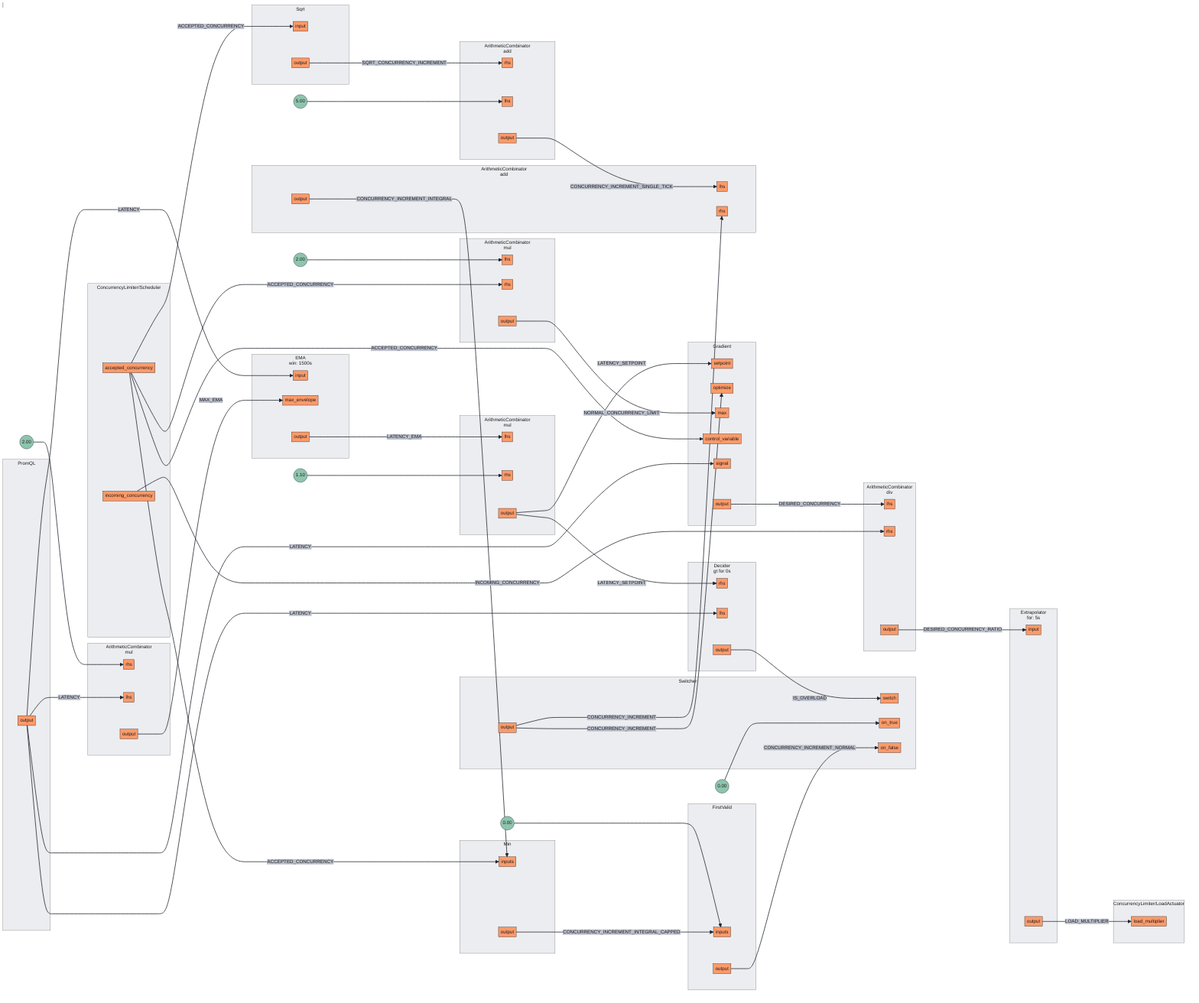
This is docs/content/tutorials/flow-control/assets/workload-prioritization/workload-prioritization.mmd.png from fluxninja/aperture, a Mermaid export, as it was before one commit. Its source is kept beside it as docs/content/tutorials/flow-control/assets/workload-prioritization/workload-prioritization.mmd. Source of this version:
```mermaid
flowchart LR
subgraph 0[<center>ArithmeticCombinator<br/>mul</center>]
subgraph 0_inports[ ]
style 0_inports fill:none,stroke:none
0rhs[rhs]
0lhs[lhs]
end
subgraph 0_outports[ ]
style 0_outports fill:none,stroke:none
0output[output]
end
end
FakeConstant0((2.00))
FakeConstant0 --> 0rhs
subgraph 1[<center>ArithmeticCombinator<br/>mul</center>]
subgraph 1_inports[ ]
style 1_inports fill:none,stroke:none
1lhs[lhs]
1rhs[rhs]
end
subgraph 1_outports[ ]
style 1_outports fill:none,stroke:none
1output[output]
end
end
FakeConstant1((1.10))
FakeConstant1 --> 1rhs
subgraph 2[<center>ArithmeticCombinator<br/>div</center>]
subgraph 2_inports[ ]
style 2_inports fill:none,stroke:none
2lhs[lhs]
2rhs[rhs]
end
subgraph 2_outports[ ]
style 2_outports fill:none,stroke:none
2output[output]
end
end
subgraph 3[<center>ArithmeticCombinator<br/>mul</center>]
subgraph 3_inports[ ]
style 3_inports fill:none,stroke:none
3lhs[lhs]
3rhs[rhs]
end
subgraph 3_outports[ ]
style 3_outports fill:none,stroke:none
3output[output]
end
end
FakeConstant2((2.00))
FakeConstant2 --> 3lhs
subgraph 4[<center>ArithmeticCombinator<br/>add</center>]
subgraph 4_inports[ ]
style 4_inports fill:none,stroke:none
4rhs[rhs]
4lhs[lhs]
end
subgraph 4_outports[ ]
style 4_outports fill:none,stroke:none
4output[output]
end
end
FakeConstant3((5.00))
FakeConstant3 --> 4lhs
subgraph 5[<center>ArithmeticCombinator<br/>add</center>]
subgraph 5_inports[ ]
style 5_inports fill:none,stroke:none
5lhs[lhs]
5rhs[rhs]
end
subgraph 5_outports[ ]
style 5_outports fill:none,stroke:none
5output[output]
end
end
subgraph 6[Min]
subgraph 6_inports[ ]
style 6_inports fill:none,stroke:none
6inputs[inputs]
6inputs[inputs]
end
subgraph 6_outports[ ]
style 6_outports fill:none,stroke:none
6output[output]
end
end
subgraph 7[FirstValid]
subgraph 7_inports[ ]
style 7_inports fill:none,stroke:none
7inputs[inputs]
7inputs[inputs]
end
subgraph 7_outports[ ]
style 7_outports fill:none,stroke:none
7output[output]
end
end
FakeConstant4((0.00))
FakeConstant4 --> 7inputs
subgraph 8[Sqrt]
subgraph 8_inports[ ]
style 8_inports fill:none,stroke:none
8input[input]
end
subgraph 8_outports[ ]
style 8_outports fill:none,stroke:none
8output[output]
end
end
subgraph 9[PromQL]
subgraph 9_outports[ ]
style 9_outports fill:none,stroke:none
9output[output]
end
end
subgraph 10[<center>EMA<br/>win: 1500s</center>]
subgraph 10_inports[ ]
style 10_inports fill:none,stroke:none
10input[input]
10max_envelope[max_envelope]
end
subgraph 10_outports[ ]
style 10_outports fill:none,stroke:none
10output[output]
end
end
subgraph 11[Gradient]
subgraph 11_inports[ ]
style 11_inports fill:none,stroke:none
11setpoint[setpoint]
11optimize[optimize]
11max[max]
11control_variable[control_variable]
11signal[signal]
end
subgraph 11_outports[ ]
style 11_outports fill:none,stroke:none
11output[output]
end
end
subgraph 12[<center>Extrapolator<br/>for: 5s</center>]
subgraph 12_inports[ ]
style 12_inports fill:none,stroke:none
12input[input]
end
subgraph 12_outports[ ]
style 12_outports fill:none,stroke:none
12output[output]
end
end
subgraph 13.Scheduler[ConcurrencyLimiter/Scheduler]
subgraph 13.Scheduler_outports[ ]
style 13.Scheduler_outports fill:none,stroke:none
13.Scheduleraccepted_concurrency[accepted_concurrency]
13.Schedulerincoming_concurrency[incoming_concurrency]
end
end
subgraph 13.LoadActuator[ConcurrencyLimiter/LoadActuator]
subgraph 13.LoadActuator_inports[ ]
style 13.LoadActuator_inports fill:none,stroke:none
13.LoadActuatorload_multiplier[load_multiplier]
end
end
subgraph 15[Switcher]
subgraph 15_inports[ ]
style 15_inports fill:none,stroke:none
15switch[switch]
15on_true[on_true]
15on_false[on_false]
end
subgraph 15_outports[ ]
style 15_outports fill:none,stroke:none
15output[output]
end
end
FakeConstant5((0.00))
FakeConstant5 --> 15on_true
subgraph 14[<center>Decider<br/>gt for 0s</center>]
subgraph 14_inports[ ]
style 14_inports fill:none,stroke:none
14rhs[rhs]
14lhs[lhs]
end
subgraph 14_outports[ ]
style 14_outports fill:none,stroke:none
14output[output]
end
end
0output --> |MAX_EMA| 10max_envelope
2output --> |DESIRED_CONCURRENCY_RATIO| 12input
3output --> |NORMAL_CONCURRENCY_LIMIT| 11max
13.Schedulerincoming_concurrency --> |INCOMING_CONCURRENCY| 2rhs
1output --> |LATENCY_SETPOINT| 11setpoint
1output --> |LATENCY_SETPOINT| 14rhs
4output --> |CONCURRENCY_INCREMENT_SINGLE_TICK| 5lhs
10output --> |LATENCY_EMA| 1lhs
11output --> |DESIRED_CONCURRENCY| 2lhs
13.Scheduleraccepted_concurrency --> |ACCEPTED_CONCURRENCY| 3rhs
13.Scheduleraccepted_concurrency --> |ACCEPTED_CONCURRENCY| 6inputs
13.Scheduleraccepted_concurrency --> |ACCEPTED_CONCURRENCY| 8input
13.Scheduleraccepted_concurrency --> |ACCEPTED_CONCURRENCY| 11control_variable
14output --> |IS_OVERLOAD| 15switch
5output --> |CONCURRENCY_INCREMENT_INTEGRAL| 6inputs
6output --> |CONCURRENCY_INCREMENT_INTEGRAL_CAPPED| 7inputs
9output --> |LATENCY| 0lhs
9output --> |LATENCY| 10input
9output --> |LATENCY| 11signal
9output --> |LATENCY| 14lhs
12output --> |LOAD_MULTIPLIER| 13.LoadActuatorload_multiplier
15output --> |CONCURRENCY_INCREMENT| 5rhs
15output --> |CONCURRENCY_INCREMENT| 11optimize
7output --> |CONCURRENCY_INCREMENT_NORMAL| 15on_false
8output --> |SQRT_CONCURRENCY_INCREMENT| 4rhs
```
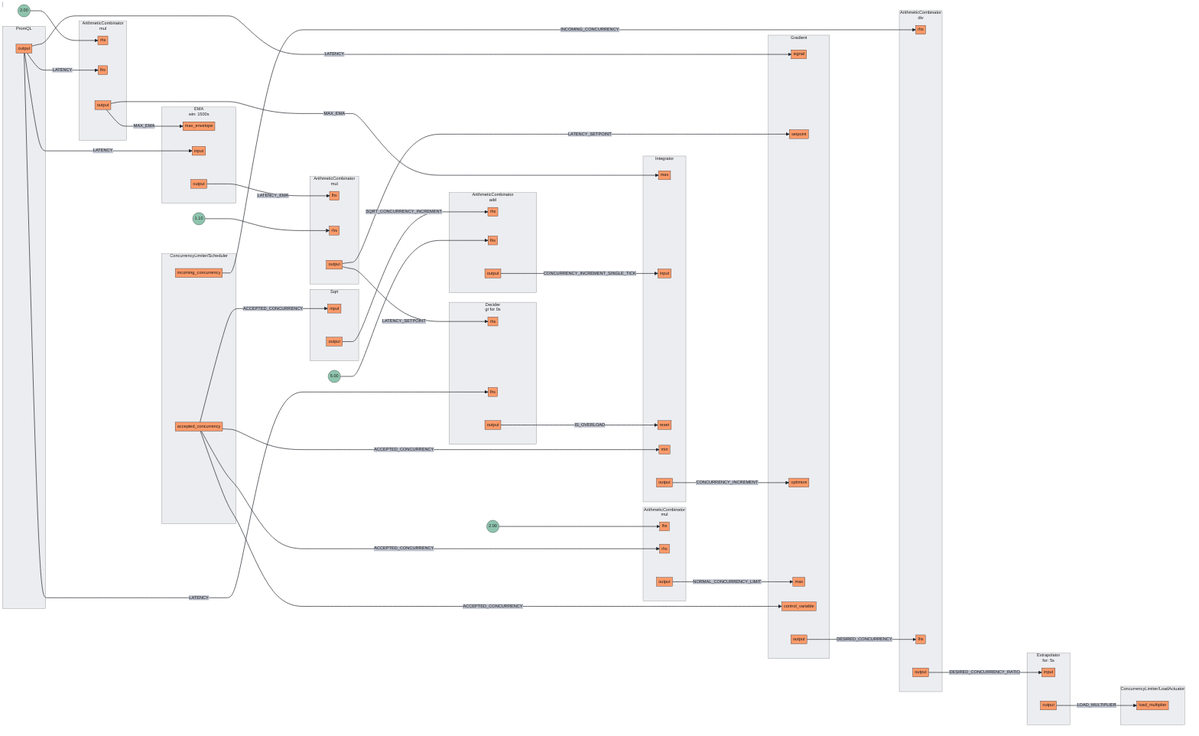
The same diagram one commit later.

The edit, as a diff of the source:
```diff
@@ -28,8 +28,8 @@
 subgraph 2[<center>ArithmeticCombinator<br/>div</center>]
 subgraph 2_inports[ ]
 style 2_inports fill:none,stroke:none
+2rhs[rhs]
 2lhs[lhs]
-2rhs[rhs]
 end
 subgraph 2_outports[ ]
 style 2_outports fill:none,stroke:none
@@ -62,44 +62,39 @@
 end
 FakeConstant3((5.00))
 FakeConstant3 --> 4lhs
-subgraph 5[<center>ArithmeticCombinator<br/>add</center>]
+subgraph 5[Integrator]
 subgraph 5_inports[ ]
 style 5_inports fill:none,stroke:none
-5lhs[lhs]
-5rhs[rhs]
+5max[max]
+5input[input]
+5reset[reset]
+5min[min]
 end
 subgraph 5_outports[ ]
 style 5_outports fill:none,stroke:none
 5output[output]
 end
 end
-subgraph 6[Min]
+subgraph 6[Sqrt]
 subgraph 6_inports[ ]
 style 6_inports fill:none,stroke:none
-6inputs[inputs]
-6inputs[inputs]
+6input[input]
 end
 subgraph 6_outports[ ]
 style 6_outports fill:none,stroke:none
 6output[output]
 end
 end
-subgraph 7[FirstValid]
-subgraph 7_inports[ ]
-style 7_inports fill:none,stroke:none
-7inputs[inputs]
-7inputs[inputs]
-end
+subgraph 7[PromQL]
 subgraph 7_outports[ ]
 style 7_outports fill:none,stroke:none
 7output[output]
 end
 end
-FakeConstant4((0.00))
-FakeConstant4 --> 7inputs
-subgraph 8[Sqrt]
+subgraph 8[<center>EMA<br/>win: 1500s</center>]
 subgraph 8_inports[ ]
 style 8_inports fill:none,stroke:none
+8max_envelope[max_envelope]
 8input[input]
 end
 subgraph 8_outports[ ]
@@ -107,107 +102,73 @@
 8output[output]
 end
 end
-subgraph 9[PromQL]
+subgraph 9[Gradient]
+subgraph 9_inports[ ]
+style 9_inports fill:none,stroke:none
+9signal[signal]
+9setpoint[setpoint]
+9optimize[optimize]
+9max[max]
+9control_variable[control_variable]
+end
 subgraph 9_outports[ ]
 style 9_outports fill:none,stroke:none
 9output[output]
 end
 end
-subgraph 10[<center>EMA<br/>win: 1500s</center>]
+subgraph 10[<center>Extrapolator<br/>for: 5s</center>]
 subgraph 10_inports[ ]
 style 10_inports fill:none,stroke:none
 10input[input]
-10max_envelope[max_envelope]
 end
 subgraph 10_outports[ ]
 style 10_outports fill:none,stroke:none
 10output[output]
 end
 end
-subgraph 11[Gradient]
-subgraph 11_inports[ ]
-style 11_inports fill:none,stroke:none
-11setpoint[setpoint]
-11optimize[optimize]
-11max[max]
-11control_variable[control_variable]
-11signal[signal]
-end
-subgraph 11_outports[ ]
-style 11_outports fill:none,stroke:none
-11output[output]
+subgraph 11.Scheduler[ConcurrencyLimiter/Scheduler]
+subgraph 11.Scheduler_outports[ ]
+style 11.Scheduler_outports fill:none,stroke:none
+11.Scheduleraccepted_concurrency[accepted_concurrency]
+11.Schedulerincoming_concurrency[incoming_concurrency]
 end
 end
-subgraph 12[<center>Extrapolator<br/>for: 5s</center>]
+subgraph 11.LoadActuator[ConcurrencyLimiter/LoadActuator]
+subgraph 11.LoadActuator_inports[ ]
+style 11.LoadActuator_inports fill:none,stroke:none
+11.LoadActuatorload_multiplier[load_multiplier]
+end
+end
+subgraph 12[<center>Decider<br/>gt for 0s</center>]
 subgraph 12_inports[ ]
 style 12_inports fill:none,stroke:none
-12input[input]
+12rhs[rhs]
+12lhs[lhs]
 end
 subgraph 12_outports[ ]
 style 12_outports fill:none,stroke:none
 12output[output]
 end
 end
-subgraph 13.Scheduler[ConcurrencyLimiter/Scheduler]
-subgraph 13.Scheduler_outports[ ]
-style 13.Scheduler_outports fill:none,stroke:none
-13.Scheduleraccepted_concurrency[accepted_concurrency]
-13.Schedulerincoming_concurrency[incoming_concurrency]
-end
-end
-subgraph 13.LoadActuator[ConcurrencyLimiter/LoadActuator]
-subgraph 13.LoadActuator_inports[ ]
-style 13.LoadActuator_inports fill:none,stroke:none
-13.LoadActuatorload_multiplier[load_multiplier]
-end
-end
-subgraph 15[Switcher]
-subgraph 15_inports[ ]
-style 15_inports fill:none,stroke:none
-15switch[switch]
-15on_true[on_true]
-15on_false[on_false]
-end
-subgraph 15_outports[ ]
-style 15_outports fill:none,stroke:none
-15output[output]
-end
-end
-FakeConstant5((0.00))
-FakeConstant5 --> 15on_true
-subgraph 14[<center>Decider<br/>gt for 0s</center>]
-subgraph 14_inports[ ]
-style 14_inports fill:none,stroke:none
-14rhs[rhs]
-14lhs[lhs]
-end
-subgraph 14_outports[ ]
-style 14_outports fill:none,stroke:none
-14output[output]
-end
-end
-0output --> |MAX_EMA| 10max_envelope
-2output --> |DESIRED_CONCURRENCY_RATIO| 12input
-3output --> |NORMAL_CONCURRENCY_LIMIT| 11max
-13.Schedulerincoming_concurrency --> |INCOMING_CONCURRENCY| 2rhs
-1output --> |LATENCY_SETPOINT| 11setpoint
-1output --> |LATENCY_SETPOINT| 14rhs
-4output --> |CONCURRENCY_INCREMENT_SINGLE_TICK| 5lhs
-10output --> |LATENCY_EMA| 1lhs
-11output --> |DESIRED_CONCURRENCY| 2lhs
-13.Scheduleraccepted_concurrency --> |ACCEPTED_CONCURRENCY| 3rhs
-13.Scheduleraccepted_concurrency --> |ACCEPTED_CONCURRENCY| 6inputs
-13.Scheduleraccepted_concurrency --> |ACCEPTED_CONCURRENCY| 8input
-13.Scheduleraccepted_concurrency --> |ACCEPTED_CONCURRENCY| 11control_variable
-14output --> |IS_OVERLOAD| 15switch
-5output --> |CONCURRENCY_INCREMENT_INTEGRAL| 6inputs
-6output --> |CONCURRENCY_INCREMENT_INTEGRAL_CAPPED| 7inputs
-9output --> |LATENCY| 0lhs
-9output --> |LATENCY| 10input
-9output --> |LATENCY| 11signal
-9output --> |LATENCY| 14lhs
-12output --> |LOAD_MULTIPLIER| 13.LoadActuatorload_multiplier
-15output --> |CONCURRENCY_INCREMENT| 5rhs
-15output --> |CONCURRENCY_INCREMENT| 11optimize
-7output --> |CONCURRENCY_INCREMENT_NORMAL| 15on_false
-8output --> |SQRT_CONCURRENCY_INCREMENT| 4rhs
+4output --> |CONCURRENCY_INCREMENT_SINGLE_TICK| 5input
+8output --> |LATENCY_EMA| 1lhs
+12output --> |IS_OVERLOAD| 5reset
+1output --> |LATENCY_SETPOINT| 9setpoint
+1output --> |LATENCY_SETPOINT| 12rhs
+2output --> |DESIRED_CONCURRENCY_RATIO| 10input
+5output --> |CONCURRENCY_INCREMENT| 9optimize
+6output --> |SQRT_CONCURRENCY_INCREMENT| 4rhs
+9output --> |DESIRED_CONCURRENCY| 2lhs
+11.Schedulerincoming_concurrency --> |INCOMING_CONCURRENCY| 2rhs
+7output --> |LATENCY| 0lhs
+7output --> |LATENCY| 8input
+7output --> |LATENCY| 9signal
+7output --> |LATENCY| 12lhs
+11.Scheduleraccepted_concurrency --> |ACCEPTED_CONCURRENCY| 3rhs
+11.Scheduleraccepted_concurrency --> |ACCEPTED_CONCURRENCY| 5min
+11.Scheduleraccepted_concurrency --> |ACCEPTED_CONCURRENCY| 6input
+11.Scheduleraccepted_concurrency --> |ACCEPTED_CONCURRENCY| 9control_variable
+0output --> |MAX_EMA| 5max
+0output --> |MAX_EMA| 8max_envelope
+3output --> |NORMAL_CONCURRENCY_LIMIT| 9max
+10output --> |LOAD_MULTIPLIER| 11.LoadActuatorload_multiplier
```
